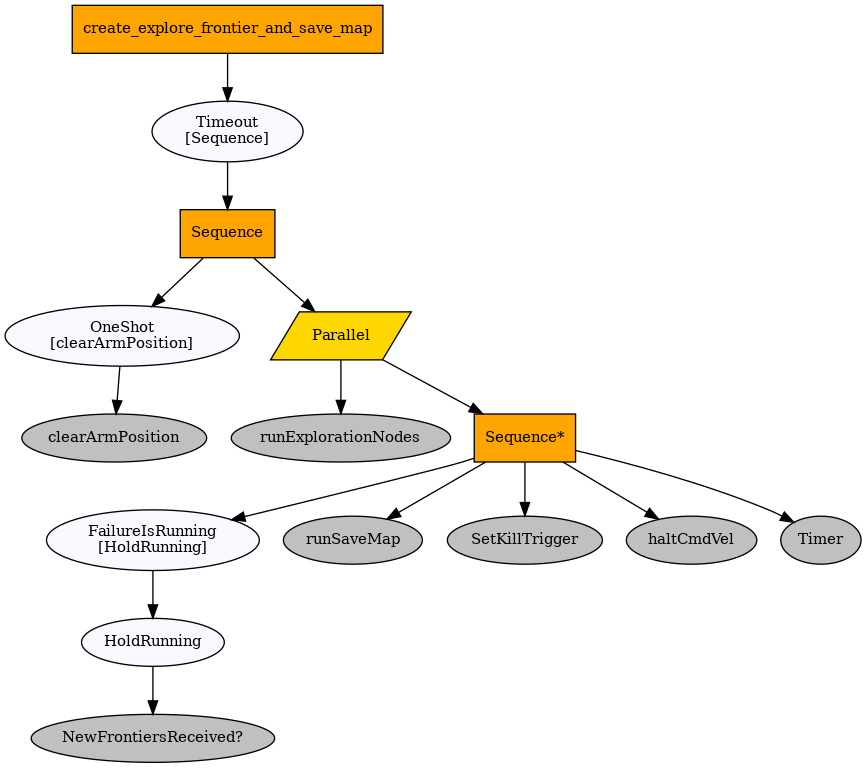
The Graphviz diagram ros-workspace/src/dr_phil_hardware/src/dr_phil_hardware/docs/trees/create_explore_frontier_and_save_map.png in hwixley/SDP-DrPhil, before a commit. Its source is kept beside it as ros-workspace/src/dr_phil_hardware/src/dr_phil_hardware/docs/trees/create_explore_frontier_and_save_map.dot. The source it was exported from:
```dot
digraph create_explore_frontier_and_save_map {
graph [fontname="times-roman"];
node [fontname="times-roman"];
edge [fontname="times-roman"];
create_explore_frontier_and_save_map [fillcolor=orange, fontcolor=black, fontsize=11, shape=box, style=filled];
"Timeout\n[Sequence]" [fillcolor=ghostwhite, fontcolor=black, fontsize=11, shape=ellipse, style=filled];
create_explore_frontier_and_save_map -> "Timeout\n[Sequence]";
Sequence [fillcolor=orange, fontcolor=black, fontsize=11, shape=box, style=filled];
"Timeout\n[Sequence]" -> Sequence;
"OneShot\n[clearArmPosition]" [fillcolor=ghostwhite, fontcolor=black, fontsize=11, shape=ellipse, style=filled];
Sequence -> "OneShot\n[clearArmPosition]";
clearArmPosition [fillcolor=gray, fontcolor=black, fontsize=11, shape=ellipse, style=filled];
"OneShot\n[clearArmPosition]" -> clearArmPosition;
Parallel [fillcolor=gold, fontcolor=black, fontsize=11, shape=parallelogram, style=filled];
Sequence -> Parallel;
runExplorationNodes [fillcolor=gray, fontcolor=black, fontsize=11, shape=ellipse, style=filled];
Parallel -> runExplorationNodes;
"Sequence*" [fillcolor=orange, fontcolor=black, fontsize=11, shape=box, style=filled];
Parallel -> "Sequence*";
"FailureIsRunning\n[HoldRunning]" [fillcolor=ghostwhite, fontcolor=black, fontsize=11, shape=ellipse, style=filled];
"Sequence*" -> "FailureIsRunning\n[HoldRunning]";
HoldRunning [fillcolor=ghostwhite, fontcolor=black, fontsize=11, shape=ellipse, style=filled];
"FailureIsRunning\n[HoldRunning]" -> HoldRunning;
"NewFrontiersReceived?" [fillcolor=gray, fontcolor=black, fontsize=11, shape=ellipse, style=filled];
HoldRunning -> "NewFrontiersReceived?";
runSaveMap [fillcolor=gray, fontcolor=black, fontsize=11, shape=ellipse, style=filled];
"Sequence*" -> runSaveMap;
SetKillTrigger [fillcolor=gray, fontcolor=black, fontsize=11, shape=ellipse, style=filled];
"Sequence*" -> SetKillTrigger;
haltCmdVel [fillcolor=gray, fontcolor=black, fontsize=11, shape=ellipse, style=filled];
"Sequence*" -> haltCmdVel;
Timer [fillcolor=gray, fontcolor=black, fontsize=11, shape=ellipse, style=filled];
"Sequence*" -> Timer;
}
```
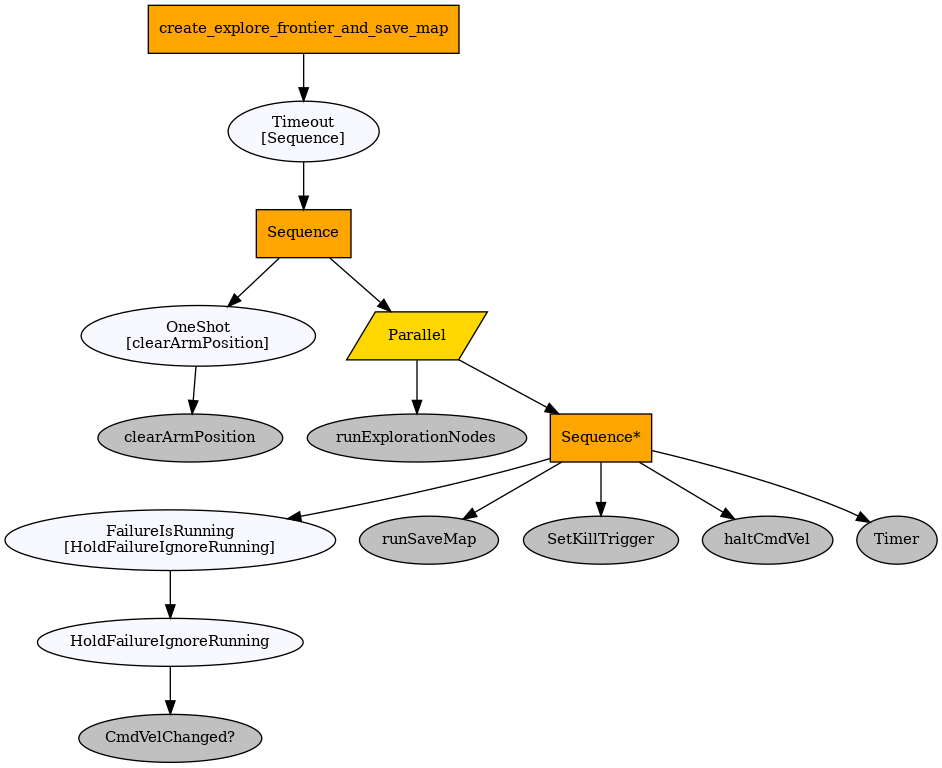
After the change.

Diff of the diagram source:
```diff
@@ -17,12 +17,12 @@
 Parallel -> runExplorationNodes;
 "Sequence*" [fillcolor=orange, fontcolor=black, fontsize=11, shape=box, style=filled];
 Parallel -> "Sequence*";
-"FailureIsRunning\n[HoldRunning]" [fillcolor=ghostwhite, fontcolor=black, fontsize=11, shape=ellipse, style=filled];
-"Sequence*" -> "FailureIsRunning\n[HoldRunning]";
-HoldRunning [fillcolor=ghostwhite, fontcolor=black, fontsize=11, shape=ellipse, style=filled];
-"FailureIsRunning\n[HoldRunning]" -> HoldRunning;
-"NewFrontiersReceived?" [fillcolor=gray, fontcolor=black, fontsize=11, shape=ellipse, style=filled];
-HoldRunning -> "NewFrontiersReceived?";
+"FailureIsRunning\n[HoldFailureIgnoreRunning]" [fillcolor=ghostwhite, fontcolor=black, fontsize=11, shape=ellipse, style=filled];
+"Sequence*" -> "FailureIsRunning\n[HoldFailureIgnoreRunning]";
+HoldFailureIgnoreRunning [fillcolor=ghostwhite, fontcolor=black, fontsize=11, shape=ellipse, style=filled];
+"FailureIsRunning\n[HoldFailureIgnoreRunning]" -> HoldFailureIgnoreRunning;
+"CmdVelChanged?" [fillcolor=gray, fontcolor=black, fontsize=11, shape=ellipse, style=filled];
+HoldFailureIgnoreRunning -> "CmdVelChanged?";
 runSaveMap [fillcolor=gray, fontcolor=black, fontsize=11, shape=ellipse, style=filled];
 "Sequence*" -> runSaveMap;
 SetKillTrigger [fillcolor=gray, fontcolor=black, fontsize=11, shape=ellipse, style=filled];
```
